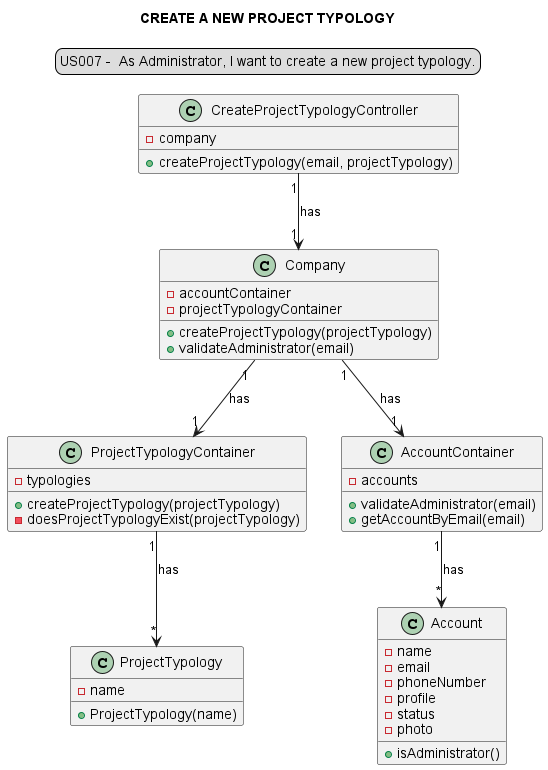
This is docs/modelling_design/user_stories/sprint02/us007/US007_classDiagram-CREATE_A_NEW_PROJECT_TYPOLOGY.png from Loracline/project_switch_22-23, a PlantUML export, as it was before one commit.
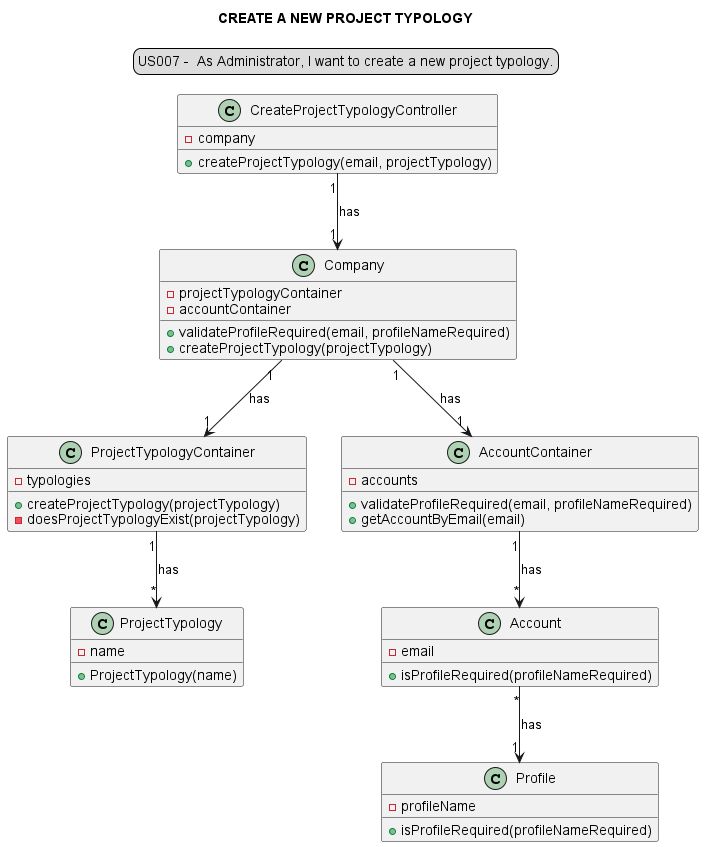
After the commit.

The edit, as a diff of the source:
```diff
@@ -6,45 +6,52 @@
 skinparam sequenceMessageAlign center
 title CREATE A NEW PROJECT TYPOLOGY
 
-"CreateProjectTypologyController""1"-->"1" "Company": has
-"Company" "1"-->"1" "ProjectTypologyContainer" : has
-"Company" "1"-->"1" "AccountContainer" : has
-"ProjectTypologyContainer" "1"-->"*" "ProjectTypology" : has
-"AccountContainer" "1"-->"*" "Account" : has
 
 class "CreateProjectTypologyController" {
 - company
 +createProjectTypology(email, projectTypology)
 }
+
 class "Company" {
+-projectTypologyContainer
 -accountContainer
--projectTypologyContainer
++validateProfileRequired(email, profileNameRequired)
 +createProjectTypology(projectTypology)
-+validateAdministrator(email)
 }
+
 class "ProjectTypologyContainer"{
 -typologies
 +createProjectTypology(projectTypology)
 -doesProjectTypologyExist(projectTypology)
 }
+
 class "AccountContainer"{
 -accounts
-+validateAdministrator(email)
++validateProfileRequired(email, profileNameRequired)
 +getAccountByEmail(email)
 }
+
+class Profile{
+-profileName
++isProfileRequired(profileNameRequired)
+}
+
 class "ProjectTypology"{
 -name
 +ProjectTypology(name)
 }
 
 class "Account"{
--name
 -email
--phoneNumber
--profile
--status
--photo
-+isAdministrator()
++isProfileRequired(profileNameRequired)
 }
 
+
+"CreateProjectTypologyController""1"-->"1" "Company": has
+"Company" "1"-->"1" "ProjectTypologyContainer" : has
+"Company" "1"-->"1" "AccountContainer" : has
+"ProjectTypologyContainer" "1"-->"*" "ProjectTypology" : has
+"AccountContainer" "1"-->"*" "Account" : has
+"Account" "*"-->"1" "Profile" : has
+
 @enduml
```
